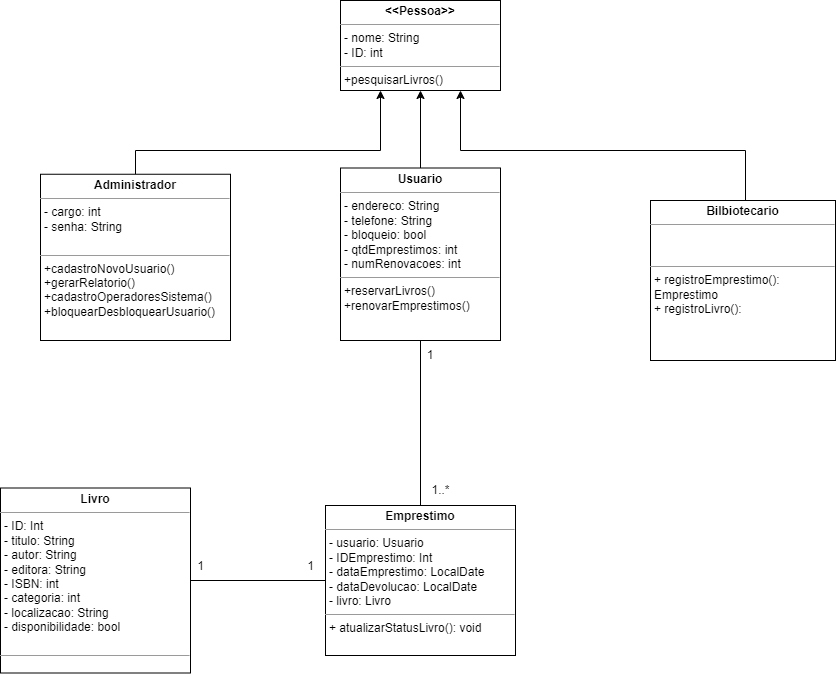
Above: diagrama_de_classes.drawio.png in eugabrielbr/sistema-de-biblioteca (draw.io), before the change. Source tidied: cells renumbered, new cells last; positions are measured from the earlier drawing's top-left corner, leaving out a move shared by most shapes.
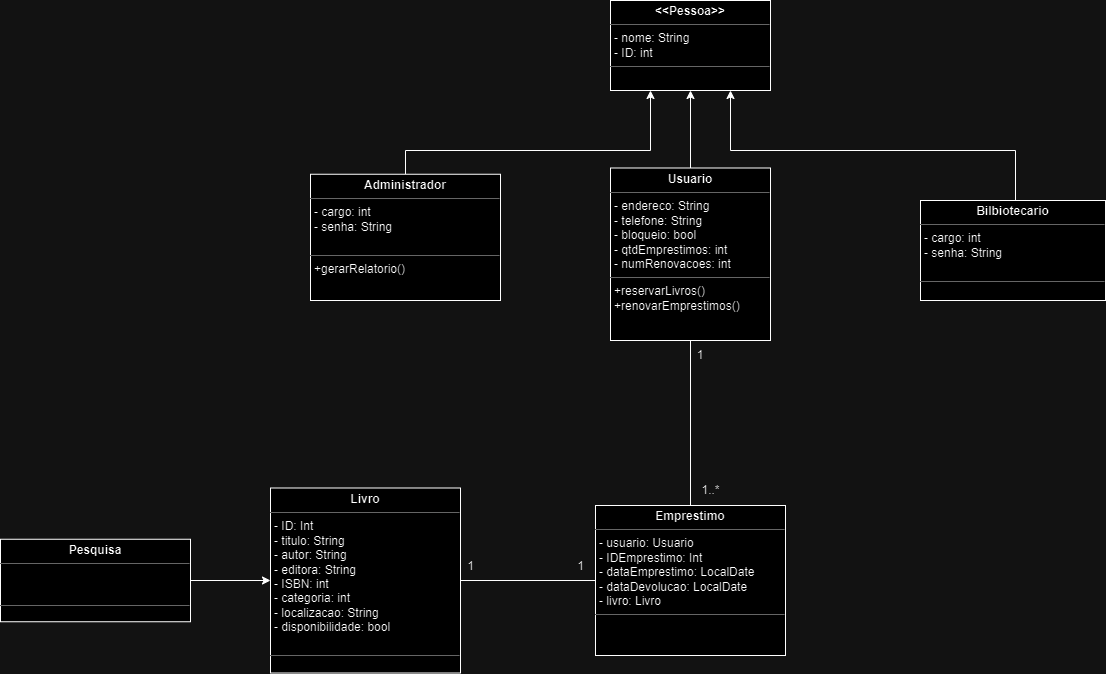
Later version of the same file.

Commit message:
:docs: atualização do diagrama de classes

Change to the diagram source:
```diff
@@ -10,8 +10,8 @@
         </Array>
       </mxGeometry>
     </mxCell>
-    <mxCell id="3" value="&lt;p style=&quot;margin:0px;margin-top:4px;text-align:center;&quot;&gt;&lt;b&gt;Bilbiotecario&lt;/b&gt;&lt;/p&gt;&lt;hr size=&quot;1&quot;&gt;&lt;p style=&quot;margin:0px;margin-left:4px;&quot;&gt;&lt;br&gt;&lt;/p&gt;&lt;p style=&quot;margin:0px;margin-left:4px;&quot;&gt;&lt;br&gt;&lt;/p&gt;&lt;hr size=&quot;1&quot;&gt;&lt;p style=&quot;margin:0px;margin-left:4px;&quot;&gt;+ registroEmprestimo(): Emprestimo&lt;/p&gt;&lt;p style=&quot;margin:0px;margin-left:4px;&quot;&gt;+ registroLivro():&lt;/p&gt;&lt;p style=&quot;margin:0px;margin-left:4px;&quot;&gt;&lt;br&gt;&lt;/p&gt;&lt;p style=&quot;margin:0px;margin-left:4px;&quot;&gt;&lt;br&gt;&lt;/p&gt;&lt;p style=&quot;margin:0px;margin-left:4px;&quot;&gt;&lt;br&gt;&lt;/p&gt;&lt;p style=&quot;margin:0px;margin-left:4px;&quot;&gt;&lt;br&gt;&lt;/p&gt;" style="verticalAlign=top;align=left;overflow=fill;fontSize=12;fontFamily=Helvetica;html=1;whiteSpace=wrap;" parent="1" vertex="1">
-      <mxGeometry x="650" y="200" width="185" height="160" as="geometry" />
+    <mxCell id="3" value="&lt;p style=&quot;margin:0px;margin-top:4px;text-align:center;&quot;&gt;&lt;b&gt;Bilbiotecario&lt;/b&gt;&lt;/p&gt;&lt;hr size=&quot;1&quot;&gt;&lt;p style=&quot;border-color: var(--border-color); margin: 0px 0px 0px 4px;&quot;&gt;- cargo: int&lt;br style=&quot;border-color: var(--border-color);&quot;&gt;&lt;/p&gt;&lt;p style=&quot;border-color: var(--border-color); margin: 0px 0px 0px 4px;&quot;&gt;- senha: String&lt;/p&gt;&lt;p style=&quot;margin:0px;margin-left:4px;&quot;&gt;&lt;br&gt;&lt;/p&gt;&lt;hr size=&quot;1&quot;&gt;&lt;p style=&quot;margin:0px;margin-left:4px;&quot;&gt;&lt;br&gt;&lt;/p&gt;&lt;p style=&quot;margin:0px;margin-left:4px;&quot;&gt;&lt;br&gt;&lt;/p&gt;&lt;p style=&quot;margin:0px;margin-left:4px;&quot;&gt;&lt;br&gt;&lt;/p&gt;&lt;p style=&quot;margin:0px;margin-left:4px;&quot;&gt;&lt;br&gt;&lt;/p&gt;&lt;p style=&quot;margin:0px;margin-left:4px;&quot;&gt;&lt;br&gt;&lt;/p&gt;" style="verticalAlign=top;align=left;overflow=fill;fontSize=12;fontFamily=Helvetica;html=1;whiteSpace=wrap;" parent="1" vertex="1">
+      <mxGeometry x="650" y="200" width="185" height="100" as="geometry" />
     </mxCell>
     <mxCell id="4" style="edgeStyle=orthogonalEdgeStyle;rounded=0;jettySize=auto;html=1;entryX=0.25;entryY=1;entryDx=0;entryDy=0;" parent="1" edge="1" source="5" target="7">
       <mxGeometry relative="1" as="geometry">
@@ -21,13 +21,13 @@
         </Array>
       </mxGeometry>
     </mxCell>
-    <mxCell id="5" value="&lt;p style=&quot;margin:0px;margin-top:4px;text-align:center;&quot;&gt;&lt;b&gt;Administrador&lt;/b&gt;&lt;/p&gt;&lt;hr size=&quot;1&quot;&gt;&lt;p style=&quot;margin:0px;margin-left:4px;&quot;&gt;&lt;span style=&quot;background-color: initial;&quot;&gt;- cargo: int&lt;/span&gt;&lt;br&gt;&lt;/p&gt;&lt;p style=&quot;margin:0px;margin-left:4px;&quot;&gt;- senha: String&lt;/p&gt;&lt;p style=&quot;margin:0px;margin-left:4px;&quot;&gt;&lt;br&gt;&lt;/p&gt;&lt;hr size=&quot;1&quot;&gt;&lt;p style=&quot;margin:0px;margin-left:4px;&quot;&gt;+cadastroNovoUsuario()&lt;/p&gt;&lt;p style=&quot;margin:0px;margin-left:4px;&quot;&gt;+gerarRelatorio()&lt;/p&gt;&lt;p style=&quot;margin:0px;margin-left:4px;&quot;&gt;&lt;span style=&quot;background-color: initial;&quot;&gt;+cadastroOperadoresSistema()&lt;/span&gt;&lt;br&gt;&lt;/p&gt;&lt;p style=&quot;margin:0px;margin-left:4px;&quot;&gt;+bloquearDesbloquearUsuario()&lt;/p&gt;&lt;p style=&quot;margin:0px;margin-left:4px;&quot;&gt;&lt;br&gt;&lt;/p&gt;" style="verticalAlign=top;align=left;overflow=fill;fontSize=12;fontFamily=Helvetica;html=1;whiteSpace=wrap;" parent="1" vertex="1">
-      <mxGeometry x="40" y="173.8" width="190" height="166.2" as="geometry" />
+    <mxCell id="5" value="&lt;p style=&quot;margin:0px;margin-top:4px;text-align:center;&quot;&gt;&lt;b&gt;Administrador&lt;/b&gt;&lt;/p&gt;&lt;hr size=&quot;1&quot;&gt;&lt;p style=&quot;margin:0px;margin-left:4px;&quot;&gt;&lt;span style=&quot;background-color: initial;&quot;&gt;- cargo: int&lt;/span&gt;&lt;br&gt;&lt;/p&gt;&lt;p style=&quot;margin:0px;margin-left:4px;&quot;&gt;- senha: String&lt;/p&gt;&lt;p style=&quot;margin:0px;margin-left:4px;&quot;&gt;&lt;br&gt;&lt;/p&gt;&lt;hr size=&quot;1&quot;&gt;&lt;p style=&quot;margin:0px;margin-left:4px;&quot;&gt;&lt;span style=&quot;background-color: initial;&quot;&gt;+gerarRelatorio()&lt;/span&gt;&lt;br&gt;&lt;/p&gt;&lt;p style=&quot;margin:0px;margin-left:4px;&quot;&gt;&lt;br&gt;&lt;/p&gt;&lt;p style=&quot;margin:0px;margin-left:4px;&quot;&gt;&lt;br&gt;&lt;/p&gt;" style="verticalAlign=top;align=left;overflow=fill;fontSize=12;fontFamily=Helvetica;html=1;whiteSpace=wrap;" parent="1" vertex="1">
+      <mxGeometry x="40" y="173.8" width="190" height="126.2" as="geometry" />
     </mxCell>
-    <mxCell id="6" value="&lt;p style=&quot;margin:0px;margin-top:4px;text-align:center;&quot;&gt;&lt;b&gt;Emprestimo&lt;/b&gt;&lt;/p&gt;&lt;hr size=&quot;1&quot;&gt;&lt;p style=&quot;margin:0px;margin-left:4px;&quot;&gt;&lt;span style=&quot;background-color: initial;&quot;&gt;- usuario: Usuario&lt;/span&gt;&lt;/p&gt;&lt;p style=&quot;margin:0px;margin-left:4px;&quot;&gt;- IDEmprestimo: Int&lt;/p&gt;&lt;p style=&quot;margin:0px;margin-left:4px;&quot;&gt;- dataEmprestimo: LocalDate&lt;/p&gt;&lt;p style=&quot;margin:0px;margin-left:4px;&quot;&gt;- dataDevolucao: LocalDate&lt;/p&gt;&lt;p style=&quot;margin:0px;margin-left:4px;&quot;&gt;- livro: Livro&lt;/p&gt;&lt;hr size=&quot;1&quot;&gt;&lt;p style=&quot;margin:0px;margin-left:4px;&quot;&gt;&lt;span style=&quot;background-color: initial;&quot;&gt;+ atualizarStatusLivro(): void&lt;/span&gt;&lt;/p&gt;&lt;p style=&quot;margin:0px;margin-left:4px;&quot;&gt;&lt;br&gt;&lt;/p&gt;" style="verticalAlign=top;align=left;overflow=fill;fontSize=12;fontFamily=Helvetica;html=1;whiteSpace=wrap;" parent="1" vertex="1">
+    <mxCell id="6" value="&lt;p style=&quot;margin:0px;margin-top:4px;text-align:center;&quot;&gt;&lt;b&gt;Emprestimo&lt;/b&gt;&lt;/p&gt;&lt;hr size=&quot;1&quot;&gt;&lt;p style=&quot;margin:0px;margin-left:4px;&quot;&gt;&lt;span style=&quot;background-color: initial;&quot;&gt;- usuario: Usuario&lt;/span&gt;&lt;/p&gt;&lt;p style=&quot;margin:0px;margin-left:4px;&quot;&gt;- IDEmprestimo: Int&lt;/p&gt;&lt;p style=&quot;margin:0px;margin-left:4px;&quot;&gt;- dataEmprestimo: LocalDate&lt;/p&gt;&lt;p style=&quot;margin:0px;margin-left:4px;&quot;&gt;- dataDevolucao: LocalDate&lt;/p&gt;&lt;p style=&quot;margin:0px;margin-left:4px;&quot;&gt;- livro: Livro&lt;/p&gt;&lt;hr size=&quot;1&quot;&gt;&lt;p style=&quot;margin:0px;margin-left:4px;&quot;&gt;&lt;br&gt;&lt;/p&gt;&lt;p style=&quot;margin:0px;margin-left:4px;&quot;&gt;&lt;br&gt;&lt;/p&gt;" style="verticalAlign=top;align=left;overflow=fill;fontSize=12;fontFamily=Helvetica;html=1;whiteSpace=wrap;" parent="1" vertex="1">
       <mxGeometry x="325" y="505" width="190" height="150" as="geometry" />
     </mxCell>
-    <mxCell id="7" value="&lt;p style=&quot;margin: 4px 0px 0px; text-align: center;&quot;&gt;&lt;b&gt;&amp;lt;&amp;lt;Pessoa&amp;gt;&amp;gt;&lt;/b&gt;&lt;/p&gt;&lt;hr size=&quot;1&quot;&gt;&lt;p style=&quot;margin:0px;margin-left:4px;&quot;&gt;- nome: String&lt;/p&gt;&lt;p style=&quot;margin:0px;margin-left:4px;&quot;&gt;- ID: int&lt;/p&gt;&lt;hr size=&quot;1&quot;&gt;&lt;p style=&quot;border-color: var(--border-color); margin: 0px 0px 0px 4px;&quot;&gt;+pesquisarLivros()&lt;br&gt;&lt;/p&gt;" style="verticalAlign=top;align=left;overflow=fill;fontSize=12;fontFamily=Helvetica;html=1;whiteSpace=wrap;" parent="1" vertex="1">
+    <mxCell id="7" value="&lt;p style=&quot;margin: 4px 0px 0px; text-align: center;&quot;&gt;&lt;b&gt;&amp;lt;&amp;lt;Pessoa&amp;gt;&amp;gt;&lt;/b&gt;&lt;/p&gt;&lt;hr size=&quot;1&quot;&gt;&lt;p style=&quot;margin:0px;margin-left:4px;&quot;&gt;- nome: String&lt;/p&gt;&lt;p style=&quot;margin:0px;margin-left:4px;&quot;&gt;- ID: int&lt;/p&gt;&lt;hr size=&quot;1&quot;&gt;&lt;p style=&quot;border-color: var(--border-color); margin: 0px 0px 0px 4px;&quot;&gt;&lt;br&gt;&lt;/p&gt;" style="verticalAlign=top;align=left;overflow=fill;fontSize=12;fontFamily=Helvetica;html=1;whiteSpace=wrap;" parent="1" vertex="1">
       <mxGeometry x="340" width="160" height="90" as="geometry" />
     </mxCell>
     <mxCell id="8" style="edgeStyle=orthogonalEdgeStyle;rounded=0;jettySize=auto;html=1;entryX=0.5;entryY=1;entryDx=0;entryDy=0;" parent="1" edge="1" source="9" target="7">
@@ -57,5 +57,11 @@
     <mxCell id="16" value="1..*" style="text;html=1;align=center;verticalAlign=middle;strokeColor=none;fillColor=none;" parent="1" vertex="1">
       <mxGeometry x="420" y="475" width="40" height="30" as="geometry" />
     </mxCell>
+    <mxCell id="17" value="&lt;p style=&quot;margin:0px;margin-top:4px;text-align:center;&quot;&gt;&lt;b&gt;Pesquisa&lt;/b&gt;&lt;/p&gt;&lt;hr size=&quot;1&quot;&gt;&lt;p style=&quot;margin:0px;margin-left:4px;&quot;&gt;&lt;br&gt;&lt;/p&gt;&lt;p style=&quot;margin:0px;margin-left:4px;&quot;&gt;&lt;br&gt;&lt;/p&gt;&lt;hr size=&quot;1&quot;&gt;&lt;p style=&quot;margin:0px;margin-left:4px;&quot;&gt;&lt;br&gt;&lt;/p&gt;" style="verticalAlign=top;align=left;overflow=fill;fontSize=12;fontFamily=Helvetica;html=1;whiteSpace=wrap;" parent="1" vertex="1">
+      <mxGeometry x="-270" y="538.8" width="190" height="82.5" as="geometry" />
+    </mxCell>
+    <mxCell id="18" style="endArrow=classic;html=1;rounded=0;exitX=1;exitY=0.5;exitDx=0;exitDy=0;entryX=0;entryY=0.5;entryDx=0;entryDy=0;" parent="1" edge="1" source="17" target="10">
+      <mxGeometry relative="1" as="geometry" />
+    </mxCell>
   </root>
 </mxGraphModel>
```
